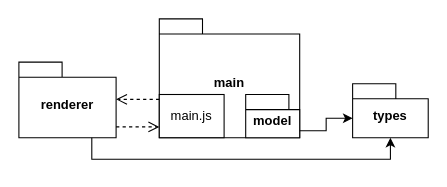
Before: doc/package.drawio in zezosarg/bibliography-manager, a draw.io diagram. Source tidied: cells renumbered, new cells numbered last; positions are measured from the earlier drawing's top-left corner, leaving out a move shared by most shapes. Both pictures are drawn from the tidied source at 108%, with x=0, y=0 at pixel (18, 18).
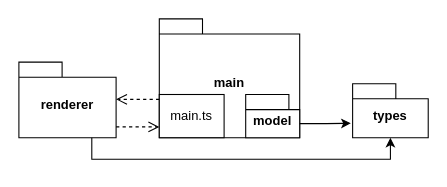
The same diagram, later.

Change to the diagram source:
```diff
@@
 <mxGraphModel>
   <root>
     <mxCell id="0" />
     <mxCell id="1" parent="0" />
     <mxCell id="2" value="main" style="shape=folder;fontStyle=1;spacingTop=10;tabWidth=40;tabHeight=14;tabPosition=left;html=1;whiteSpace=wrap;" parent="1" vertex="1">
       <mxGeometry x="130" width="130" height="110" as="geometry" />
     </mxCell>
     <mxCell id="3" value="&lt;div&gt;renderer&lt;/div&gt;" style="shape=folder;fontStyle=1;spacingTop=10;tabWidth=40;tabHeight=14;tabPosition=left;html=1;whiteSpace=wrap;" parent="1" vertex="1">
       <mxGeometry y="40" width="90" height="70" as="geometry" />
     </mxCell>
     <mxCell id="4" value="types" style="shape=folder;fontStyle=1;spacingTop=10;tabWidth=40;tabHeight=14;tabPosition=left;html=1;whiteSpace=wrap;" parent="1" vertex="1">
       <mxGeometry x="309" y="60" width="70" height="50" as="geometry" />
     </mxCell>
-    <mxCell id="5" value="&lt;div&gt;main.js&lt;/div&gt;" style="html=1;whiteSpace=wrap;" parent="1" vertex="1">
+    <mxCell id="5" value="&lt;div&gt;main.ts&lt;/div&gt;" style="html=1;whiteSpace=wrap;" parent="1" vertex="1">
       <mxGeometry x="130" y="70" width="60" height="40" as="geometry" />
     </mxCell>
     <mxCell id="6" style="edgeStyle=orthogonalEdgeStyle;rounded=0;jettySize=auto;html=1;exitX=0.75;exitY=1;exitDx=0;exitDy=0;exitPerimeter=0;entryX=0.5;entryY=1;entryDx=0;entryDy=0;entryPerimeter=0;" parent="1" edge="1" source="3" target="4">
       <mxGeometry relative="1" as="geometry" />
     </mxCell>
     <mxCell id="7" value="model" style="shape=folder;fontStyle=1;spacingTop=10;tabWidth=40;tabHeight=14;tabPosition=left;html=1;whiteSpace=wrap;" parent="1" vertex="1">
       <mxGeometry x="210" y="70" width="50" height="40" as="geometry" />
     </mxCell>
     <mxCell id="8" style="html=1;verticalAlign=bottom;endArrow=open;dashed=1;endSize=8;curved=0;rounded=0;exitX=0;exitY=0;exitDx=90;exitDy=42;exitPerimeter=0;" parent="1" edge="1">
       <mxGeometry relative="1" as="geometry">
         <mxPoint x="90" y="100" as="sourcePoint" />
         <mxPoint x="130" y="100" as="targetPoint" />
       </mxGeometry>
     </mxCell>
     <mxCell id="9" style="html=1;verticalAlign=bottom;endArrow=open;dashed=1;endSize=8;curved=0;rounded=0;" parent="1" edge="1">
       <mxGeometry relative="1" as="geometry">
         <mxPoint x="130" y="74.5" as="sourcePoint" />
         <mxPoint x="90" y="74.5" as="targetPoint" />
       </mxGeometry>
     </mxCell>
-    <mxCell id="10" style="edgeStyle=orthogonalEdgeStyle;rounded=0;jettySize=auto;html=1;exitX=0;exitY=0;exitDx=50;exitDy=33.5;exitPerimeter=0;entryX=0;entryY=0;entryDx=0;entryDy=32;entryPerimeter=0;" parent="1" edge="1" source="7" target="4">
+    <mxCell id="10" style="edgeStyle=orthogonalEdgeStyle;rounded=0;jettySize=auto;html=1;exitX=0;exitY=0;exitDx=50;exitDy=27;exitPerimeter=0;entryX=-0.024;entryY=0.732;entryDx=0;entryDy=0;entryPerimeter=0;" parent="1" edge="1" source="7" target="4">
       <mxGeometry relative="1" as="geometry" />
     </mxCell>
   </root>
 </mxGraphModel>
```
